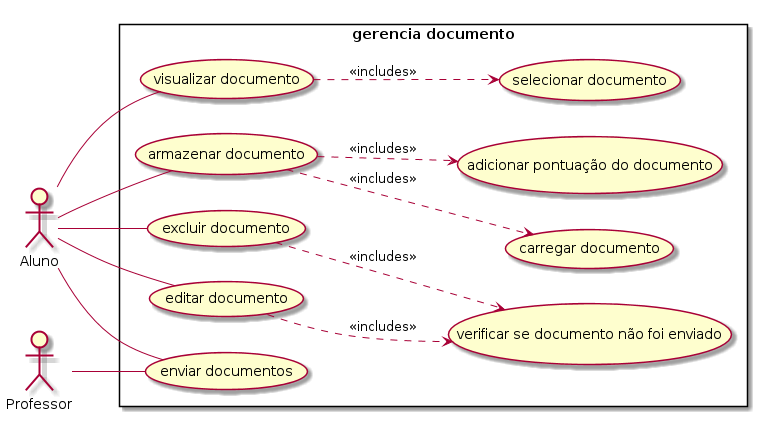
rodrigoRolim/AC-backend keeps this PlantUML diagram as usecase/student/gerenciarDocumento.png. Above is the earlier version.
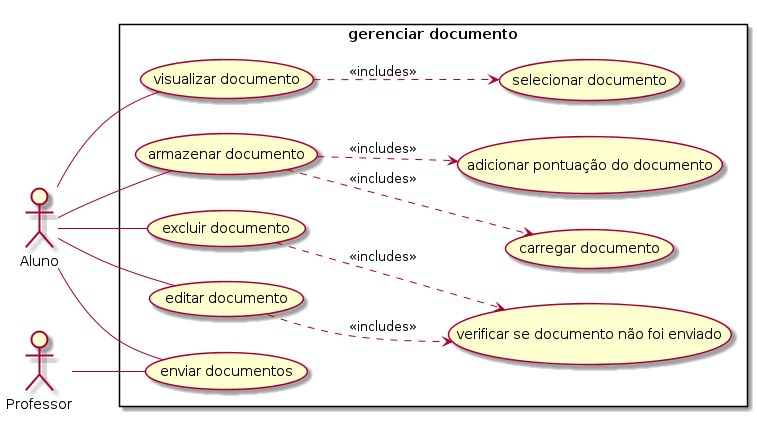
After the change.

Commit message:
resolve problem

Change to the diagram source:
```diff
@@ -3,7 +3,7 @@
 skinparam packagestyle rectangle
 actor Aluno
 actor Professor
-rectangle "gerencia documento" {
+rectangle "gerenciar documento" {
   Aluno -- (armazenar documento)
   (armazenar documento) ..> (carregar documento): <<includes>>
   (armazenar documento) ..> (adicionar pontuação do documento): <<includes>>
```
